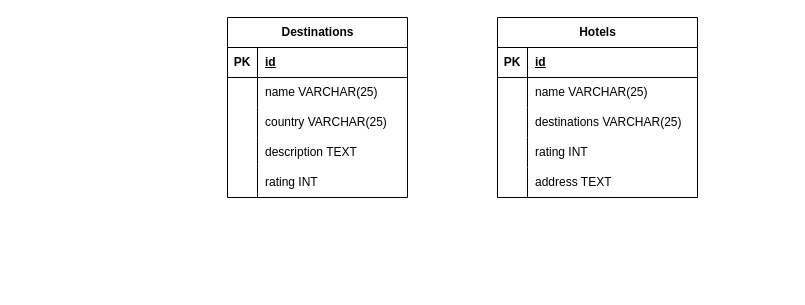
Before: Untitled Diagram.drawio in suryasaputra2016/YourFirstSite, a draw.io diagram. Source tidied: cells renumbered, new cells numbered last; positions are measured from the earlier drawing's top-left corner, leaving out a move shared by most shapes. Both pictures are drawn from the tidied source at 100%, with x=0, y=0 at pixel (227, 17).
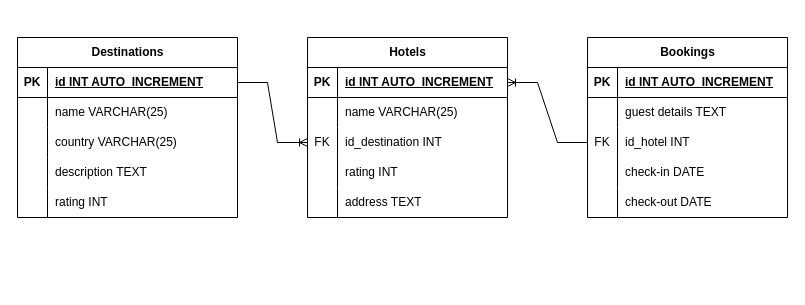
After the change.

The change refers to these unchanged cells:
```xml
<mxCell id="20" style="shape=tableRow;horizontal=0;startSize=0;swimlaneHead=0;swimlaneBody=0;fillColor=none;points=[[0,0.5],[1,0.5]];portConstraint=eastwest;top=0;left=0;right=0;bottom=1;" parent="19" vertex="1">
  <mxGeometry y="30" width="200" height="30" as="geometry" />
</mxCell>
<mxCell id="26" style="shape=tableRow;horizontal=0;startSize=0;swimlaneHead=0;swimlaneBody=0;fillColor=none;points=[[0,0.5],[1,0.5]];portConstraint=eastwest;top=0;left=0;right=0;bottom=0;" parent="19" vertex="1">
  <mxGeometry y="90" width="200" height="30" as="geometry" />
</mxCell>
```

Change to the diagram source:
```diff
@@
     <mxCell id="2" value="Destinations" style="shape=table;startSize=30;childLayout=tableLayout;rowLines=0;fontStyle=1;align=center;html=1;" parent="1" vertex="1">
-      <mxGeometry width="180" height="180" as="geometry" />
+      <mxGeometry x="-210" y="20" width="220" height="180" as="geometry" />
     </mxCell>
     <mxCell id="3" style="shape=tableRow;horizontal=0;startSize=0;swimlaneHead=0;swimlaneBody=0;fillColor=none;points=[[0,0.5],[1,0.5]];portConstraint=eastwest;top=0;left=0;right=0;bottom=1;" parent="2" vertex="1">
-      <mxGeometry y="30" width="180" height="30" as="geometry" />
+      <mxGeometry y="30" width="220" height="30" as="geometry" />
     </mxCell>
@@
-    <mxCell id="5" value="id" style="shape=partialRectangle;fillColor=none;top=0;left=0;bottom=0;right=0;align=left;spacingLeft=6;fontStyle=5;overflow=hidden;whiteSpace=wrap;html=1;" parent="3" vertex="1">
-      <mxGeometry x="30" width="150" height="30" as="geometry" />
+    <mxCell id="5" value="id INT AUTO_INCREMENT" style="shape=partialRectangle;fillColor=none;top=0;left=0;bottom=0;right=0;align=left;spacingLeft=6;fontStyle=5;overflow=hidden;whiteSpace=wrap;html=1;" parent="3" vertex="1">
+      <mxGeometry x="30" width="190" height="30" as="geometry" />
     </mxCell>
     <mxCell id="6" style="shape=tableRow;horizontal=0;startSize=0;swimlaneHead=0;swimlaneBody=0;fillColor=none;top=0;left=0;right=0;bottom=0;" parent="2" vertex="1">
-      <mxGeometry y="60" width="180" height="30" as="geometry" />
+      <mxGeometry y="60" width="220" height="30" as="geometry" />
     </mxCell>
@@
     <mxCell id="8" value="name VARCHAR(25)" style="shape=partialRectangle;fillColor=none;top=0;left=0;bottom=0;right=0;align=left;spacingLeft=6;overflow=hidden;whiteSpace=wrap;html=1;" parent="6" vertex="1">
-      <mxGeometry x="30" width="150" height="30" as="geometry" />
+      <mxGeometry x="30" width="190" height="30" as="geometry" />
     </mxCell>
     <mxCell id="9" style="shape=tableRow;horizontal=0;startSize=0;swimlaneHead=0;swimlaneBody=0;fillColor=none;top=0;left=0;right=0;bottom=0;" parent="2" vertex="1">
-      <mxGeometry y="90" width="180" height="30" as="geometry" />
+      <mxGeometry y="90" width="220" height="30" as="geometry" />
     </mxCell>
@@
     <mxCell id="11" value="country VARCHAR(25)" style="shape=partialRectangle;fillColor=none;top=0;left=0;bottom=0;right=0;align=left;spacingLeft=6;overflow=hidden;whiteSpace=wrap;html=1;" parent="9" vertex="1">
-      <mxGeometry x="30" width="150" height="30" as="geometry" />
+      <mxGeometry x="30" width="190" height="30" as="geometry" />
     </mxCell>
     <mxCell id="12" style="shape=tableRow;horizontal=0;startSize=0;swimlaneHead=0;swimlaneBody=0;fillColor=none;top=0;left=0;right=0;bottom=0;" parent="2" vertex="1">
-      <mxGeometry y="120" width="180" height="30" as="geometry" />
+      <mxGeometry y="120" width="220" height="30" as="geometry" />
     </mxCell>
@@
     <mxCell id="14" value="description TEXT" style="shape=partialRectangle;fillColor=none;top=0;left=0;bottom=0;right=0;align=left;spacingLeft=6;overflow=hidden;whiteSpace=wrap;html=1;" parent="12" vertex="1">
-      <mxGeometry x="30" width="150" height="30" as="geometry" />
+      <mxGeometry x="30" width="190" height="30" as="geometry" />
     </mxCell>
     <mxCell id="15" style="shape=tableRow;horizontal=0;startSize=0;swimlaneHead=0;swimlaneBody=0;fillColor=none;top=0;left=0;right=0;bottom=0;" parent="2" vertex="1">
-      <mxGeometry y="150" width="180" height="30" as="geometry" />
+      <mxGeometry y="150" width="220" height="30" as="geometry" />
     </mxCell>
@@
     <mxCell id="17" value="rating INT" style="shape=partialRectangle;fillColor=none;top=0;left=0;bottom=0;right=0;align=left;spacingLeft=6;overflow=hidden;whiteSpace=wrap;html=1;" parent="15" vertex="1">
-      <mxGeometry x="30" width="150" height="30" as="geometry" />
+      <mxGeometry x="30" width="190" height="30" as="geometry" />
     </mxCell>
-    <mxCell id="18" style="shape=tableRow;horizontal=0;startSize=0;swimlaneHead=0;swimlaneBody=0;fillColor=none;top=0;left=0;right=0;bottom=0;" parent="1" vertex="1">
-      <mxGeometry x="80" y="240" width="180" height="30" as="geometry" />
-    </mxCell>
     <mxCell id="19" value="Hotels" style="shape=table;startSize=30;childLayout=tableLayout;rowLines=0;fontStyle=1;align=center;html=1;" parent="1" vertex="1">
-      <mxGeometry x="270" width="200" height="180" as="geometry" />
+      <mxGeometry x="80" y="20" width="200" height="180" as="geometry" />
     </mxCell>
@@
-    <mxCell id="22" value="id" style="shape=partialRectangle;fillColor=none;top=0;left=0;bottom=0;right=0;align=left;spacingLeft=6;fontStyle=5;overflow=hidden;whiteSpace=wrap;html=1;" parent="20" vertex="1">
+    <mxCell id="22" value="id INT AUTO_INCREMENT" style="shape=partialRectangle;fillColor=none;top=0;left=0;bottom=0;right=0;align=left;spacingLeft=6;fontStyle=5;overflow=hidden;whiteSpace=wrap;html=1;" parent="20" vertex="1">
       <mxGeometry x="30" width="170" height="30" as="geometry" />
     </mxCell>
@@
-    <mxCell id="27" style="shape=partialRectangle;fillColor=none;top=0;left=0;bottom=0;right=0;overflow=hidden;whiteSpace=wrap;html=1;" parent="26" vertex="1">
+    <mxCell id="27" value="FK" style="shape=partialRectangle;fillColor=none;top=0;left=0;bottom=0;right=0;overflow=hidden;whiteSpace=wrap;html=1;" parent="26" vertex="1">
       <mxGeometry width="30" height="30" as="geometry" />
     </mxCell>
-    <mxCell id="28" value="destinations VARCHAR(25)" style="shape=partialRectangle;fillColor=none;top=0;left=0;bottom=0;right=0;align=left;spacingLeft=6;overflow=hidden;whiteSpace=wrap;html=1;" parent="26" vertex="1">
+    <mxCell id="28" value="id_destination INT" style="shape=partialRectangle;fillColor=none;top=0;left=0;bottom=0;right=0;align=left;spacingLeft=6;overflow=hidden;whiteSpace=wrap;html=1;" parent="26" vertex="1">
       <mxGeometry x="30" width="170" height="30" as="geometry" />
     </mxCell>
@@
+    <mxCell id="35" value="Bookings" style="shape=table;startSize=30;childLayout=tableLayout;rowLines=0;fontStyle=1;align=center;html=1;" parent="1" vertex="1">
+      <mxGeometry x="360" y="20" width="200" height="180" as="geometry" />
+    </mxCell>
+    <mxCell id="36" style="shape=tableRow;horizontal=0;startSize=0;swimlaneHead=0;swimlaneBody=0;fillColor=none;top=0;left=0;right=0;bottom=1;" parent="35" vertex="1">
+      <mxGeometry y="30" width="200" height="30" as="geometry" />
+    </mxCell>
+    <mxCell id="37" value="PK" style="shape=partialRectangle;fillColor=none;top=0;left=0;bottom=0;right=0;fontStyle=1;overflow=hidden;whiteSpace=wrap;html=1;" parent="36" vertex="1">
+      <mxGeometry width="30" height="30" as="geometry" />
+    </mxCell>
+    <mxCell id="38" value="id INT AUTO_INCREMENT" style="shape=partialRectangle;fillColor=none;top=0;left=0;bottom=0;right=0;align=left;spacingLeft=6;fontStyle=5;overflow=hidden;whiteSpace=wrap;html=1;" parent="36" vertex="1">
+      <mxGeometry x="30" width="170" height="30" as="geometry" />
+    </mxCell>
+    <mxCell id="39" style="shape=tableRow;horizontal=0;startSize=0;swimlaneHead=0;swimlaneBody=0;fillColor=none;top=0;left=0;right=0;bottom=0;" parent="35" vertex="1">
+      <mxGeometry y="60" width="200" height="30" as="geometry" />
+    </mxCell>
+    <mxCell id="40" style="shape=partialRectangle;fillColor=none;top=0;left=0;bottom=0;right=0;overflow=hidden;whiteSpace=wrap;html=1;" parent="39" vertex="1">
+      <mxGeometry width="30" height="30" as="geometry" />
+    </mxCell>
+    <mxCell id="41" value="guest details TEXT" style="shape=partialRectangle;fillColor=none;top=0;left=0;bottom=0;right=0;align=left;spacingLeft=6;overflow=hidden;whiteSpace=wrap;html=1;" parent="39" vertex="1">
+      <mxGeometry x="30" width="170" height="30" as="geometry" />
+    </mxCell>
+    <mxCell id="42" style="shape=tableRow;horizontal=0;startSize=0;swimlaneHead=0;swimlaneBody=0;fillColor=none;points=[[0,0.5],[1,0.5]];portConstraint=eastwest;top=0;left=0;right=0;bottom=0;" parent="35" vertex="1">
+      <mxGeometry y="90" width="200" height="30" as="geometry" />
+    </mxCell>
+    <mxCell id="43" value="FK" style="shape=partialRectangle;fillColor=none;top=0;left=0;bottom=0;right=0;overflow=hidden;whiteSpace=wrap;html=1;" parent="42" vertex="1">
+      <mxGeometry width="30" height="30" as="geometry" />
+    </mxCell>
+    <mxCell id="44" value="id_hotel INT" style="shape=partialRectangle;fillColor=none;top=0;left=0;bottom=0;right=0;align=left;spacingLeft=6;overflow=hidden;whiteSpace=wrap;html=1;" parent="42" vertex="1">
+      <mxGeometry x="30" width="170" height="30" as="geometry" />
+    </mxCell>
+    <mxCell id="45" style="shape=tableRow;horizontal=0;startSize=0;swimlaneHead=0;swimlaneBody=0;fillColor=none;top=0;left=0;right=0;bottom=0;" parent="35" vertex="1">
+      <mxGeometry y="120" width="200" height="30" as="geometry" />
+    </mxCell>
+    <mxCell id="46" style="shape=partialRectangle;fillColor=none;top=0;left=0;bottom=0;right=0;overflow=hidden;whiteSpace=wrap;html=1;" parent="45" vertex="1">
+      <mxGeometry width="30" height="30" as="geometry" />
+    </mxCell>
+    <mxCell id="47" value="check-in DATE" style="shape=partialRectangle;fillColor=none;top=0;left=0;bottom=0;right=0;align=left;spacingLeft=6;overflow=hidden;whiteSpace=wrap;html=1;" parent="45" vertex="1">
+      <mxGeometry x="30" width="170" height="30" as="geometry" />
+    </mxCell>
+    <mxCell id="48" style="shape=tableRow;horizontal=0;startSize=0;swimlaneHead=0;swimlaneBody=0;fillColor=none;top=0;left=0;right=0;bottom=0;" parent="35" vertex="1">
+      <mxGeometry y="150" width="200" height="30" as="geometry" />
+    </mxCell>
+    <mxCell id="49" style="shape=partialRectangle;fillColor=none;top=0;left=0;bottom=0;right=0;overflow=hidden;whiteSpace=wrap;html=1;" parent="48" vertex="1">
+      <mxGeometry width="30" height="30" as="geometry" />
+    </mxCell>
+    <mxCell id="50" value="check-out DATE" style="shape=partialRectangle;fillColor=none;top=0;left=0;bottom=0;right=0;align=left;spacingLeft=6;overflow=hidden;whiteSpace=wrap;html=1;" parent="48" vertex="1">
+      <mxGeometry x="30" width="170" height="30" as="geometry" />
+    </mxCell>
+    <mxCell id="51" style="edgeStyle=entityRelationEdgeStyle;fontSize=12;html=1;endArrow=ERoneToMany;rounded=0;exitX=1;exitY=0.5;exitDx=0;exitDy=0;entryX=0;entryY=0.5;entryDx=0;entryDy=0;" parent="1" edge="1" source="3" target="26">
+      <mxGeometry relative="1" as="geometry" />
+    </mxCell>
+    <mxCell id="52" style="edgeStyle=entityRelationEdgeStyle;fontSize=12;html=1;endArrow=ERoneToMany;rounded=0;entryX=1;entryY=0.5;entryDx=0;entryDy=0;exitX=0;exitY=0.5;exitDx=0;exitDy=0;" parent="1" edge="1" source="42" target="20">
+      <mxGeometry relative="1" as="geometry" />
+    </mxCell>
```
